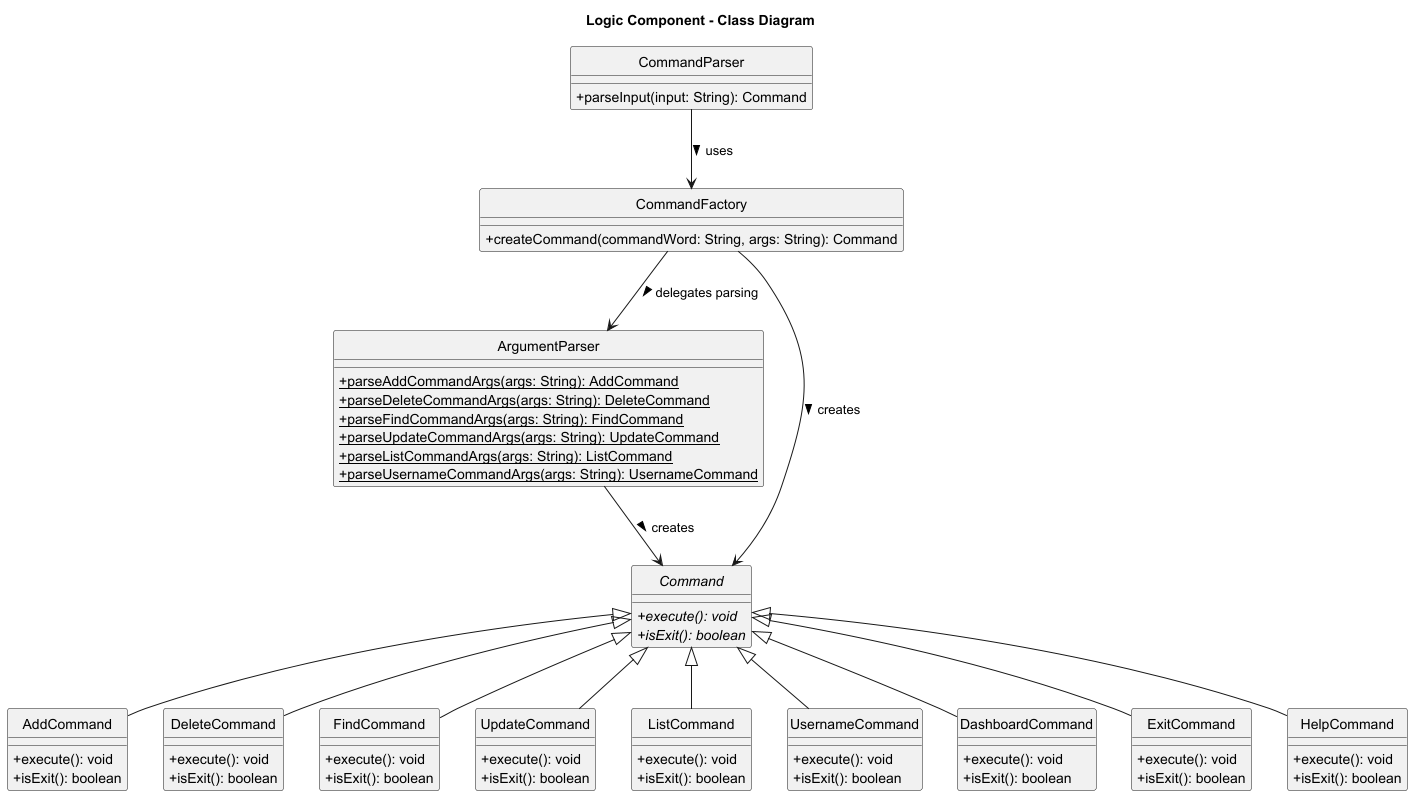
Above: docs/diagrams/LogicComponentCD.png in AY2526S1-CS2113-W14-4/tp (PlantUML), before the change.
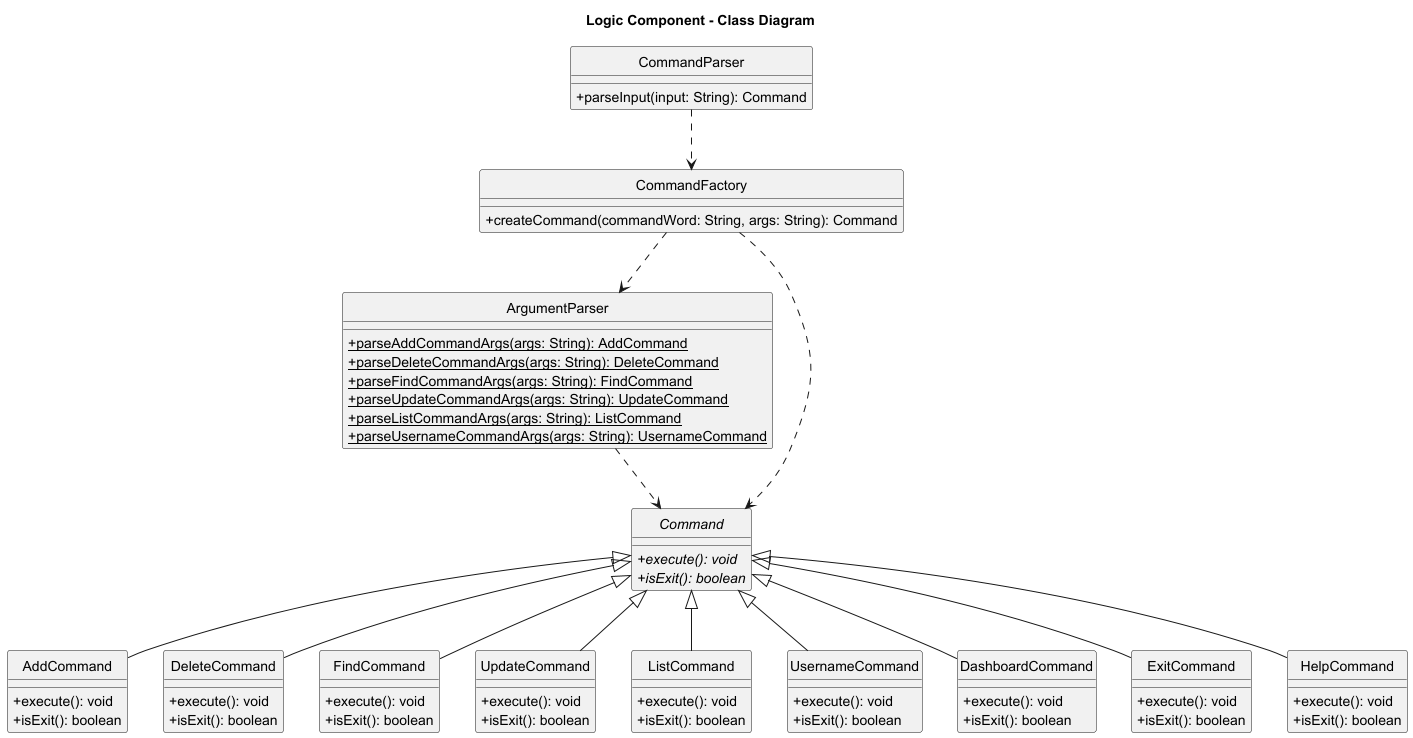
The same file after the commit.

Change to the diagram source:
```diff
@@ -70,10 +70,10 @@
     + isExit(): boolean
 }
 
-CommandParser --> CommandFactory : uses >
-CommandFactory --> ArgumentParser : delegates parsing >
-CommandFactory --> Command : creates >
-ArgumentParser --> Command : creates >
+CommandParser ..> CommandFactory
+CommandFactory ..> ArgumentParser
+CommandFactory ..> Command
+ArgumentParser ..> Command
 Command <|-- AddCommand
 Command <|-- DeleteCommand
 Command <|-- FindCommand
```
